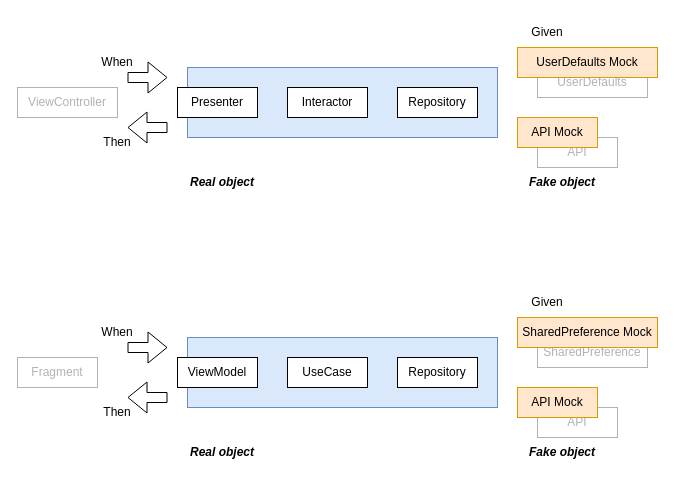
shotaIDE/zenn keeps this draw.io diagram as images/mobile-ui-logic-behavior-driven-development/image.drawio. Above is the earlier version. Source tidied: cells renumbered, new cells numbered last; positions are measured from the earlier drawing's top-left corner, leaving out a move shared by most shapes. Both pictures are drawn from the tidied source at 100%, with x=0, y=0 at pixel (17, 17).
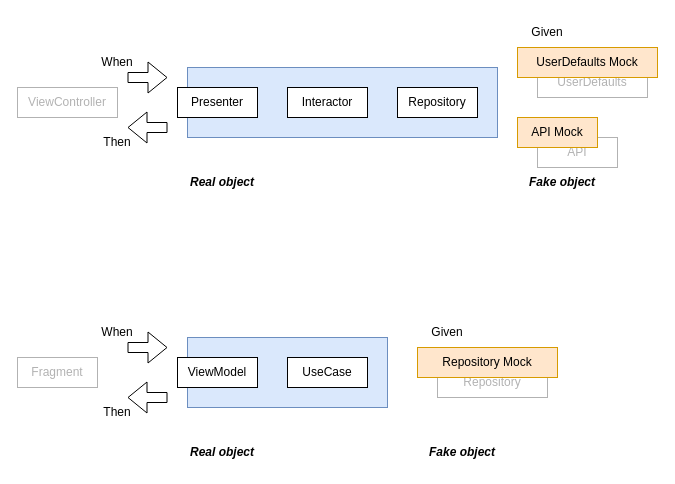
After the change.

Commit message:
振る舞い駆動開発の図を更新 (#121)

What changed in the source:
```diff
@@
     <mxCell id="2" style="rounded=0;whiteSpace=wrap;html=1;fillColor=#dae8fc;strokeColor=#6c8ebf;" parent="1" vertex="1">
-      <mxGeometry x="170" y="320" width="310" height="70" as="geometry" />
+      <mxGeometry x="170" y="320" width="200" height="70" as="geometry" />
     </mxCell>
@@
-    <mxCell id="5" value="Repository" style="rounded=0;whiteSpace=wrap;html=1;" parent="1" vertex="1">
-      <mxGeometry x="380" y="340" width="80" height="30" as="geometry" />
-    </mxCell>
-    <mxCell id="6" value="SharedPreference" style="rounded=0;whiteSpace=wrap;html=1;textOpacity=30;opacity=30;" parent="1" vertex="1">
-      <mxGeometry x="520" y="320" width="110" height="30" as="geometry" />
+    <mxCell id="6" value="Repository" style="rounded=0;whiteSpace=wrap;html=1;textOpacity=30;opacity=30;" parent="1" vertex="1">
+      <mxGeometry x="420" y="350" width="110" height="30" as="geometry" />
     </mxCell>
-    <mxCell id="7" value="API" style="rounded=0;whiteSpace=wrap;html=1;textOpacity=30;opacity=30;" parent="1" vertex="1">
-      <mxGeometry x="520" y="390" width="80" height="30" as="geometry" />
-    </mxCell>
@@
-    <mxCell id="13" value="SharedPreference Mock" style="rounded=0;whiteSpace=wrap;html=1;fillColor=#ffe6cc;strokeColor=#d79b00;" parent="1" vertex="1">
-      <mxGeometry x="500" y="300" width="140" height="30" as="geometry" />
+    <mxCell id="13" value="Repository Mock" style="rounded=0;whiteSpace=wrap;html=1;fillColor=#ffe6cc;strokeColor=#d79b00;" parent="1" vertex="1">
+      <mxGeometry x="400" y="330" width="140" height="30" as="geometry" />
     </mxCell>
-    <mxCell id="14" value="API Mock" style="rounded=0;whiteSpace=wrap;html=1;fillColor=#ffe6cc;strokeColor=#d79b00;" parent="1" vertex="1">
-      <mxGeometry x="500" y="370" width="80" height="30" as="geometry" />
-    </mxCell>
@@
     <mxCell id="16" value="Fake object" style="text;html=1;align=center;verticalAlign=middle;whiteSpace=wrap;rounded=0;fontStyle=3;" parent="1" vertex="1">
-      <mxGeometry x="500" y="420" width="90" height="30" as="geometry" />
+      <mxGeometry x="400" y="420" width="90" height="30" as="geometry" />
     </mxCell>
     <mxCell id="17" value="Given" style="text;html=1;align=center;verticalAlign=middle;whiteSpace=wrap;rounded=0;" parent="1" vertex="1">
-      <mxGeometry x="500" y="270" width="60" height="30" as="geometry" />
+      <mxGeometry x="400" y="300" width="60" height="30" as="geometry" />
     </mxCell>
```
